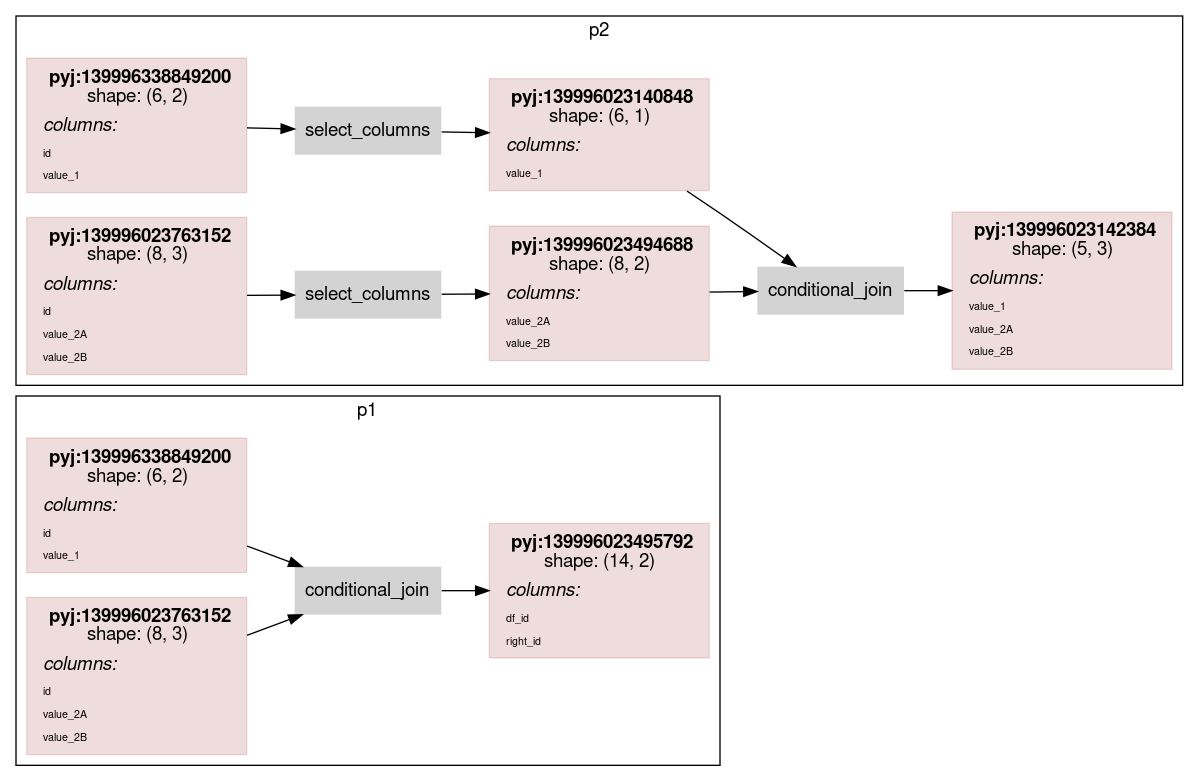
The Graphviz diagram scripts/rdflog/conditional_join_w_cmp.ttl.dot.png in asmirnov69/pyjviz-poc, before a commit. Its source is kept beside it as scripts/rdflog/conditional_join_w_cmp.ttl.dot.
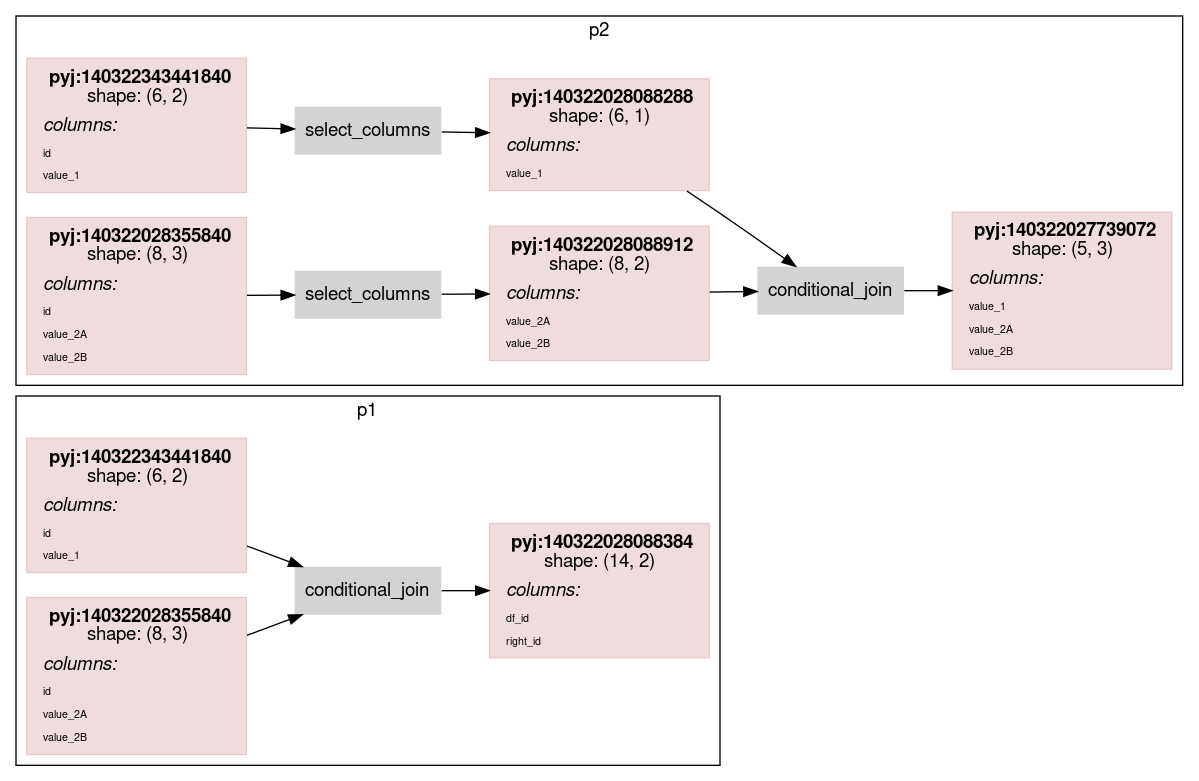
After the commit.

The edit, as a diff of the source:
```diff
@@ -14,7 +14,7 @@
                 color="#88000022"
                 shape = rect
                 label = <<table border="0" cellborder="0" cellspacing="0" cellpadding="4">
-                         <tr> <td> <b>pyj:139996338849200</b><br/>shape: (6, 2)</td> </tr>
+                         <tr> <td> <b>pyj:140322343441840</b><br/>shape: (6, 2)</td> </tr>
                          <tr> <td align="left"><i>columns:</i><br align="left"/></td></tr>
                 <tr><td align="left"><FONT POINT-SIZE="8px">id</FONT></td></tr>
 <tr><td align="left"><FONT POINT-SIZE="8px">value_1</FONT></td></tr>
@@ -24,7 +24,7 @@
                 color="#88000022"
                 shape = rect
                 label = <<table border="0" cellborder="0" cellspacing="0" cellpadding="4">
-                         <tr> <td> <b>pyj:139996023495792</b><br/>shape: (14, 2)</td> </tr>
+                         <tr> <td> <b>pyj:140322028088384</b><br/>shape: (14, 2)</td> </tr>
                          <tr> <td align="left"><i>columns:</i><br align="left"/></td></tr>
                 <tr><td align="left"><FONT POINT-SIZE="8px">df_id</FONT></td></tr>
 <tr><td align="left"><FONT POINT-SIZE="8px">right_id</FONT></td></tr>
@@ -34,7 +34,7 @@
                 color="#88000022"
                 shape = rect
                 label = <<table border="0" cellborder="0" cellspacing="0" cellpadding="4">
-                         <tr> <td> <b>pyj:139996023763152</b><br/>shape: (8, 3)</td> </tr>
+                         <tr> <td> <b>pyj:140322028355840</b><br/>shape: (8, 3)</td> </tr>
                          <tr> <td align="left"><i>columns:</i><br align="left"/></td></tr>
                 <tr><td align="left"><FONT POINT-SIZE="8px">id</FONT></td></tr>
 <tr><td align="left"><FONT POINT-SIZE="8px">value_2A</FONT></td></tr>
@@ -52,7 +52,7 @@
                 color="#88000022"
                 shape = rect
                 label = <<table border="0" cellborder="0" cellspacing="0" cellpadding="4">
-                         <tr> <td> <b>pyj:139996338849200</b><br/>shape: (6, 2)</td> </tr>
+                         <tr> <td> <b>pyj:140322343441840</b><br/>shape: (6, 2)</td> </tr>
                          <tr> <td align="left"><i>columns:</i><br align="left"/></td></tr>
                 <tr><td align="left"><FONT POINT-SIZE="8px">id</FONT></td></tr>
 <tr><td align="left"><FONT POINT-SIZE="8px">value_1</FONT></td></tr>
@@ -62,7 +62,7 @@
                 color="#88000022"
                 shape = rect
                 label = <<table border="0" cellborder="0" cellspacing="0" cellpadding="4">
-                         <tr> <td> <b>pyj:139996023763152</b><br/>shape: (8, 3)</td> </tr>
+                         <tr> <td> <b>pyj:140322028355840</b><br/>shape: (8, 3)</td> </tr>
                          <tr> <td align="left"><i>columns:</i><br align="left"/></td></tr>
                 <tr><td align="left"><FONT POINT-SIZE="8px">id</FONT></td></tr>
 <tr><td align="left"><FONT POINT-SIZE="8px">value_2A</FONT></td></tr>
@@ -73,7 +73,7 @@
                 color="#88000022"
                 shape = rect
                 label = <<table border="0" cellborder="0" cellspacing="0" cellpadding="4">
-                         <tr> <td> <b>pyj:139996023140848</b><br/>shape: (6, 1)</td> </tr>
+                         <tr> <td> <b>pyj:140322028088288</b><br/>shape: (6, 1)</td> </tr>
                          <tr> <td align="left"><i>columns:</i><br align="left"/></td></tr>
                 <tr><td align="left"><FONT POINT-SIZE="8px">value_1</FONT></td></tr>
                          </table>>
@@ -82,7 +82,7 @@
                 color="#88000022"
                 shape = rect
                 label = <<table border="0" cellborder="0" cellspacing="0" cellpadding="4">
-                         <tr> <td> <b>pyj:139996023494688</b><br/>shape: (8, 2)</td> </tr>
+                         <tr> <td> <b>pyj:140322028088912</b><br/>shape: (8, 2)</td> </tr>
                          <tr> <td align="left"><i>columns:</i><br align="left"/></td></tr>
                 <tr><td align="left"><FONT POINT-SIZE="8px">value_2A</FONT></td></tr>
 <tr><td align="left"><FONT POINT-SIZE="8px">value_2B</FONT></td></tr>
@@ -92,7 +92,7 @@
                 color="#88000022"
                 shape = rect
                 label = <<table border="0" cellborder="0" cellspacing="0" cellpadding="4">
-                         <tr> <td> <b>pyj:139996023142384</b><br/>shape: (5, 3)</td> </tr>
+                         <tr> <td> <b>pyj:140322027739072</b><br/>shape: (5, 3)</td> </tr>
                          <tr> <td align="left"><i>columns:</i><br align="left"/></td></tr>
                 <tr><td align="left"><FONT POINT-SIZE="8px">value_1</FONT></td></tr>
 <tr><td align="left"><FONT POINT-SIZE="8px">value_2A</FONT></td></tr>
```
